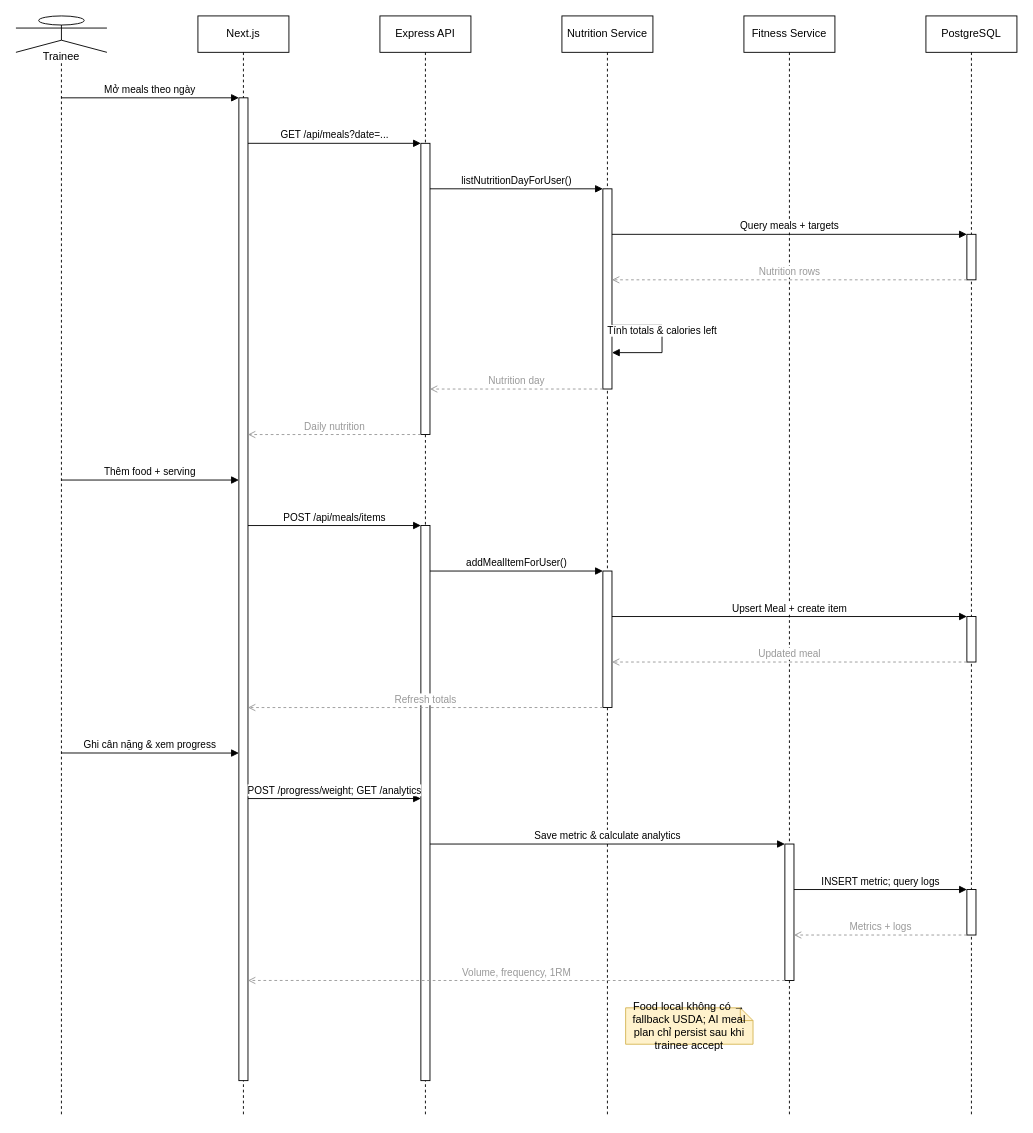
The draw.io diagram page "UC-04 — Dinh dưỡng và tiến độ" (4 of 6) of docs/sequence-diagrams.drawio in hominhduc-dev/fitness-tracking-webapp, before the edit. Source tidied: cells renumbered, new cells numbered last; positions are measured from the earlier drawing's top-left corner, leaving out a move shared by most shapes. Both pictures are drawn from the tidied source at 91%, with x=0, y=0 at pixel (15, 15).
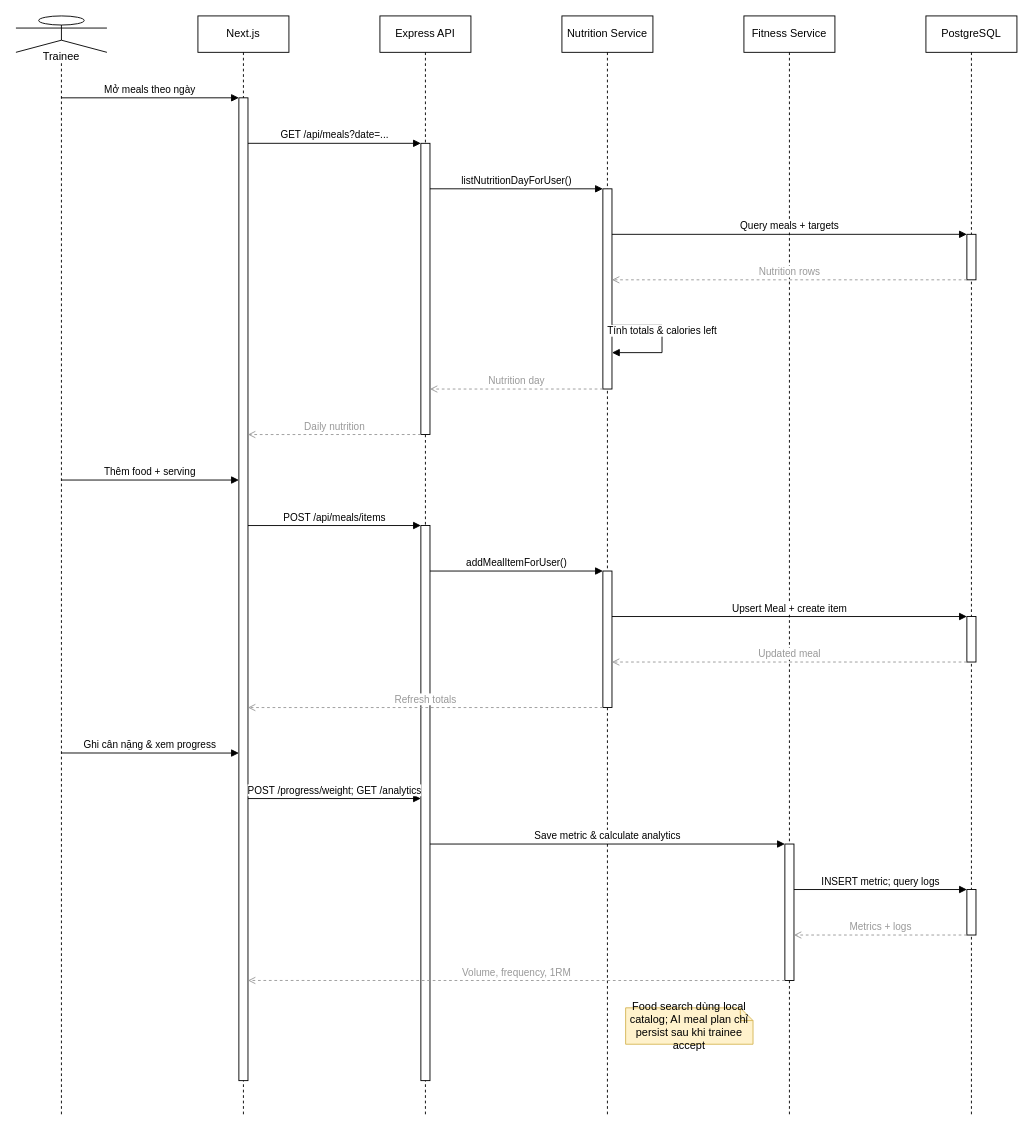
The same page after the edit.

Diff of the diagram source:
```diff
@@
-    <mxCell id="37" value="Food local không có → fallback USDA; AI meal plan chỉ persist sau khi trainee accept" style="shape=note;whiteSpace=wrap;html=1;size=14;fillColor=#fff2cc;strokeColor=#d6b656;" parent="1" vertex="1">
+    <mxCell id="37" value="Food search dùng local catalog; AI meal plan chỉ persist sau khi trainee accept" style="shape=note;whiteSpace=wrap;html=1;size=14;fillColor=#fff2cc;strokeColor=#d6b656;" parent="1" vertex="1">
       <mxGeometry x="670" y="1090" width="140" height="40" as="geometry" />
     </mxCell>
```
